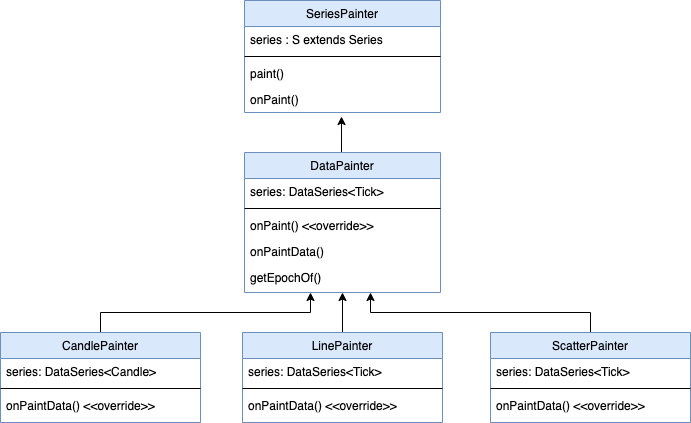
Above: docs/data_painters.png in deriv-com/flutter-chart (draw.io), before the change. Source tidied: cells renumbered, new cells last; positions are measured from the earlier drawing's top-left corner, leaving out a move shared by most shapes. Source of this version:
```xml
<mxGraphModel background="#ffffff">
  <root>
    <mxCell id="0" />
    <mxCell id="1" parent="0" />
    <mxCell id="2" value="SeriesPainter" style="swimlane;fontStyle=0;align=center;verticalAlign=top;horizontal=1;startSize=26;rounded=0;shadow=0;strokeWidth=1;fillColor=#dae8fc;strokeColor=#6c8ebf;" parent="1" vertex="1">
      <mxGeometry x="244" width="196" height="112" as="geometry" />
    </mxCell>
    <mxCell id="3" value="series : S extends Series" style="text;align=left;verticalAlign=top;spacingLeft=4;spacingRight=4;overflow=hidden;" parent="2" vertex="1">
      <mxGeometry y="26" width="196" height="26" as="geometry" />
    </mxCell>
    <mxCell id="4" style="line;html=1;strokeWidth=1;align=left;verticalAlign=middle;spacingTop=-1;spacingLeft=3;spacingRight=3;labelPosition=right;" parent="2" vertex="1">
      <mxGeometry y="52" width="196" height="8" as="geometry" />
    </mxCell>
    <mxCell id="5" value="paint()" style="text;align=left;verticalAlign=top;spacingLeft=4;spacingRight=4;overflow=hidden;labelBorderColor=none;labelBackgroundColor=none;" parent="2" vertex="1">
      <mxGeometry y="60" width="196" height="26" as="geometry" />
    </mxCell>
    <mxCell id="6" value="onPaint()" style="text;align=left;verticalAlign=top;spacingLeft=4;spacingRight=4;overflow=hidden;points=[[0,0.5],[1,0.5]];portConstraint=eastwest;labelBorderColor=none;labelBackgroundColor=none;" parent="2" vertex="1">
      <mxGeometry y="86" width="196" height="26" as="geometry" />
    </mxCell>
    <mxCell id="7" style="edgeStyle=orthogonalEdgeStyle;rounded=0;jettySize=auto;html=1;exitX=0.5;exitY=0;exitDx=0;exitDy=0;entryX=0.495;entryY=1.154;entryDx=0;entryDy=0;entryPerimeter=0;" parent="1" edge="1" source="8" target="6">
      <mxGeometry relative="1" as="geometry" />
    </mxCell>
    <mxCell id="8" value="DataPainter" style="swimlane;fontStyle=0;align=center;verticalAlign=top;horizontal=1;startSize=26;rounded=0;shadow=0;strokeWidth=1;fillColor=#dae8fc;strokeColor=#6c8ebf;" parent="1" vertex="1">
      <mxGeometry x="244" y="152" width="196" height="140" as="geometry" />
    </mxCell>
    <mxCell id="9" value="series: DataSeries&lt;Tick&gt; " style="text;align=left;verticalAlign=top;spacingLeft=4;spacingRight=4;overflow=hidden;" parent="8" vertex="1">
      <mxGeometry y="26" width="196" height="26" as="geometry" />
    </mxCell>
    <mxCell id="10" style="line;html=1;strokeWidth=1;align=left;verticalAlign=middle;spacingTop=-1;spacingLeft=3;spacingRight=3;labelPosition=right;" parent="8" vertex="1">
      <mxGeometry y="52" width="196" height="8" as="geometry" />
    </mxCell>
    <mxCell id="11" value="onPaint() &lt;&lt;override&gt;&gt;" style="text;align=left;verticalAlign=top;spacingLeft=4;spacingRight=4;overflow=hidden;labelBorderColor=none;labelBackgroundColor=none;" parent="8" vertex="1">
      <mxGeometry y="60" width="196" height="26" as="geometry" />
    </mxCell>
    <mxCell id="12" value="onPaintData()" style="text;align=left;verticalAlign=top;spacingLeft=4;spacingRight=4;overflow=hidden;labelBorderColor=none;labelBackgroundColor=none;" parent="8" vertex="1">
      <mxGeometry y="86" width="196" height="26" as="geometry" />
    </mxCell>
    <mxCell id="13" value="getEpochOf()" style="text;align=left;verticalAlign=top;spacingLeft=4;spacingRight=4;overflow=hidden;labelBorderColor=none;labelBackgroundColor=none;" parent="8" vertex="1">
      <mxGeometry y="112" width="196" height="26" as="geometry" />
    </mxCell>
    <mxCell id="14" style="edgeStyle=orthogonalEdgeStyle;rounded=0;jettySize=auto;html=1;exitX=0.5;exitY=0;exitDx=0;exitDy=0;entryX=0.5;entryY=1;entryDx=0;entryDy=0;" parent="1" edge="1" source="15" target="8">
      <mxGeometry relative="1" as="geometry" />
    </mxCell>
    <mxCell id="15" value="LinePainter" style="swimlane;fontStyle=0;align=center;verticalAlign=top;horizontal=1;startSize=26;rounded=0;shadow=0;strokeWidth=1;fillColor=#dae8fc;strokeColor=#6c8ebf;" parent="1" vertex="1">
      <mxGeometry x="242" y="332" width="200" height="90" as="geometry" />
    </mxCell>
    <mxCell id="16" value="series: DataSeries&lt;Tick&gt; " style="text;align=left;verticalAlign=top;spacingLeft=4;spacingRight=4;overflow=hidden;" parent="15" vertex="1">
      <mxGeometry y="26" width="200" height="26" as="geometry" />
    </mxCell>
    <mxCell id="17" style="line;html=1;strokeWidth=1;align=left;verticalAlign=middle;spacingTop=-1;spacingLeft=3;spacingRight=3;labelPosition=right;" parent="15" vertex="1">
      <mxGeometry y="52" width="200" height="8" as="geometry" />
    </mxCell>
    <mxCell id="18" value="onPaintData() &lt;&lt;override&gt;&gt;" style="text;align=left;verticalAlign=top;spacingLeft=4;spacingRight=4;overflow=hidden;labelBorderColor=none;labelBackgroundColor=none;" parent="15" vertex="1">
      <mxGeometry y="60" width="200" height="26" as="geometry" />
    </mxCell>
    <mxCell id="19" style="edgeStyle=orthogonalEdgeStyle;rounded=0;jettySize=auto;html=1;exitX=0.5;exitY=0;exitDx=0;exitDy=0;" parent="1" edge="1" source="20">
      <mxGeometry relative="1" as="geometry">
        <mxPoint x="310" y="292" as="targetPoint" />
      </mxGeometry>
    </mxCell>
    <mxCell id="20" value="CandlePainter" style="swimlane;fontStyle=0;align=center;verticalAlign=top;horizontal=1;startSize=26;rounded=0;shadow=0;strokeWidth=1;fillColor=#dae8fc;strokeColor=#6c8ebf;" parent="1" vertex="1">
      <mxGeometry y="332" width="200" height="90" as="geometry" />
    </mxCell>
    <mxCell id="21" value="series: DataSeries&lt;Candle&gt; " style="text;align=left;verticalAlign=top;spacingLeft=4;spacingRight=4;overflow=hidden;" parent="20" vertex="1">
      <mxGeometry y="26" width="200" height="26" as="geometry" />
    </mxCell>
    <mxCell id="22" style="line;html=1;strokeWidth=1;align=left;verticalAlign=middle;spacingTop=-1;spacingLeft=3;spacingRight=3;labelPosition=right;" parent="20" vertex="1">
      <mxGeometry y="52" width="200" height="8" as="geometry" />
    </mxCell>
    <mxCell id="23" value="onPaintData() &lt;&lt;override&gt;&gt;" style="text;align=left;verticalAlign=top;spacingLeft=4;spacingRight=4;overflow=hidden;labelBorderColor=none;labelBackgroundColor=none;" parent="20" vertex="1">
      <mxGeometry y="60" width="200" height="26" as="geometry" />
    </mxCell>
    <mxCell id="24" style="edgeStyle=orthogonalEdgeStyle;rounded=0;jettySize=auto;html=1;exitX=0.5;exitY=0;exitDx=0;exitDy=0;" parent="1" edge="1" source="25">
      <mxGeometry relative="1" as="geometry">
        <mxPoint x="370" y="292" as="targetPoint" />
      </mxGeometry>
    </mxCell>
    <mxCell id="25" value="ScatterPainter" style="swimlane;fontStyle=0;align=center;verticalAlign=top;horizontal=1;startSize=26;rounded=0;shadow=0;strokeWidth=1;fillColor=#dae8fc;strokeColor=#6c8ebf;" parent="1" vertex="1">
      <mxGeometry x="490" y="332" width="200" height="90" as="geometry" />
    </mxCell>
    <mxCell id="26" value="series: DataSeries&lt;Tick&gt; " style="text;align=left;verticalAlign=top;spacingLeft=4;spacingRight=4;overflow=hidden;" parent="25" vertex="1">
      <mxGeometry y="26" width="200" height="26" as="geometry" />
    </mxCell>
    <mxCell id="27" style="line;html=1;strokeWidth=1;align=left;verticalAlign=middle;spacingTop=-1;spacingLeft=3;spacingRight=3;labelPosition=right;" parent="25" vertex="1">
      <mxGeometry y="52" width="200" height="8" as="geometry" />
    </mxCell>
    <mxCell id="28" value="onPaintData() &lt;&lt;override&gt;&gt;" style="text;align=left;verticalAlign=top;spacingLeft=4;spacingRight=4;overflow=hidden;labelBorderColor=none;labelBackgroundColor=none;" parent="25" vertex="1">
      <mxGeometry y="60" width="200" height="26" as="geometry" />
    </mxCell>
  </root>
</mxGraphModel>
```
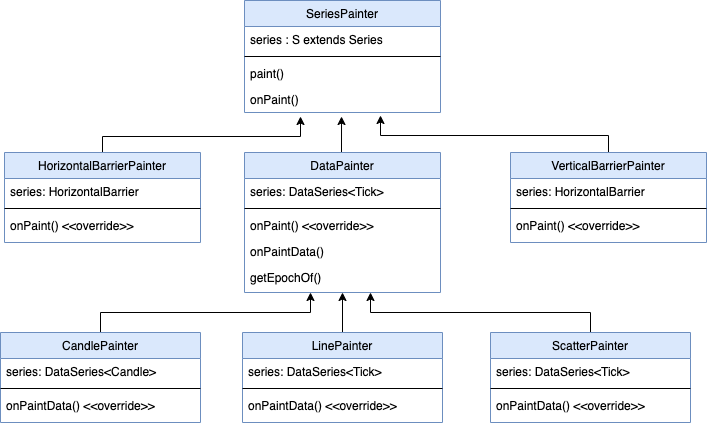
The same file after the commit.

Diff of the diagram source:
```diff
@@ -87,5 +87,47 @@
     <mxCell id="28" value="onPaintData() &lt;&lt;override&gt;&gt;" style="text;align=left;verticalAlign=top;spacingLeft=4;spacingRight=4;overflow=hidden;labelBorderColor=none;labelBackgroundColor=none;" parent="25" vertex="1">
       <mxGeometry y="60" width="200" height="26" as="geometry" />
     </mxCell>
+    <mxCell id="29" style="edgeStyle=orthogonalEdgeStyle;rounded=0;jettySize=auto;html=1;exitX=0.5;exitY=0;exitDx=0;exitDy=0;" parent="1" edge="1" source="30">
+      <mxGeometry relative="1" as="geometry">
+        <mxPoint x="300" y="116" as="targetPoint" />
+        <Array as="points">
+          <mxPoint x="102" y="136" />
+          <mxPoint x="300" y="136" />
+        </Array>
+      </mxGeometry>
+    </mxCell>
+    <mxCell id="30" value="HorizontalBarrierPainter" style="swimlane;fontStyle=0;align=center;verticalAlign=top;horizontal=1;startSize=26;rounded=0;shadow=0;strokeWidth=1;fillColor=#dae8fc;strokeColor=#6c8ebf;" parent="1" vertex="1">
+      <mxGeometry x="4" y="152" width="196" height="90" as="geometry" />
+    </mxCell>
+    <mxCell id="31" value="series: HorizontalBarrier" style="text;align=left;verticalAlign=top;spacingLeft=4;spacingRight=4;overflow=hidden;" parent="30" vertex="1">
+      <mxGeometry y="26" width="196" height="26" as="geometry" />
+    </mxCell>
+    <mxCell id="32" style="line;html=1;strokeWidth=1;align=left;verticalAlign=middle;spacingTop=-1;spacingLeft=3;spacingRight=3;labelPosition=right;" parent="30" vertex="1">
+      <mxGeometry y="52" width="196" height="8" as="geometry" />
+    </mxCell>
+    <mxCell id="33" value="onPaint() &lt;&lt;override&gt;&gt;" style="text;align=left;verticalAlign=top;spacingLeft=4;spacingRight=4;overflow=hidden;labelBorderColor=none;labelBackgroundColor=none;" parent="30" vertex="1">
+      <mxGeometry y="60" width="196" height="26" as="geometry" />
+    </mxCell>
+    <mxCell id="34" style="edgeStyle=orthogonalEdgeStyle;rounded=0;jettySize=auto;html=1;exitX=0.5;exitY=0;exitDx=0;exitDy=0;" parent="1" edge="1" source="35">
+      <mxGeometry relative="1" as="geometry">
+        <mxPoint x="380" y="115" as="targetPoint" />
+        <Array as="points">
+          <mxPoint x="608" y="135" />
+          <mxPoint x="380" y="135" />
+        </Array>
+      </mxGeometry>
+    </mxCell>
+    <mxCell id="35" value="VerticalBarrierPainter" style="swimlane;fontStyle=0;align=center;verticalAlign=top;horizontal=1;startSize=26;rounded=0;shadow=0;strokeWidth=1;fillColor=#dae8fc;strokeColor=#6c8ebf;" parent="1" vertex="1">
+      <mxGeometry x="510" y="152" width="196" height="90" as="geometry" />
+    </mxCell>
+    <mxCell id="36" value="series: HorizontalBarrier" style="text;align=left;verticalAlign=top;spacingLeft=4;spacingRight=4;overflow=hidden;" parent="35" vertex="1">
+      <mxGeometry y="26" width="196" height="26" as="geometry" />
+    </mxCell>
+    <mxCell id="37" style="line;html=1;strokeWidth=1;align=left;verticalAlign=middle;spacingTop=-1;spacingLeft=3;spacingRight=3;labelPosition=right;" parent="35" vertex="1">
+      <mxGeometry y="52" width="196" height="8" as="geometry" />
+    </mxCell>
+    <mxCell id="38" value="onPaint() &lt;&lt;override&gt;&gt;" style="text;align=left;verticalAlign=top;spacingLeft=4;spacingRight=4;overflow=hidden;labelBorderColor=none;labelBackgroundColor=none;" parent="35" vertex="1">
+      <mxGeometry y="60" width="196" height="26" as="geometry" />
+    </mxCell>
   </root>
 </mxGraphModel>
```
